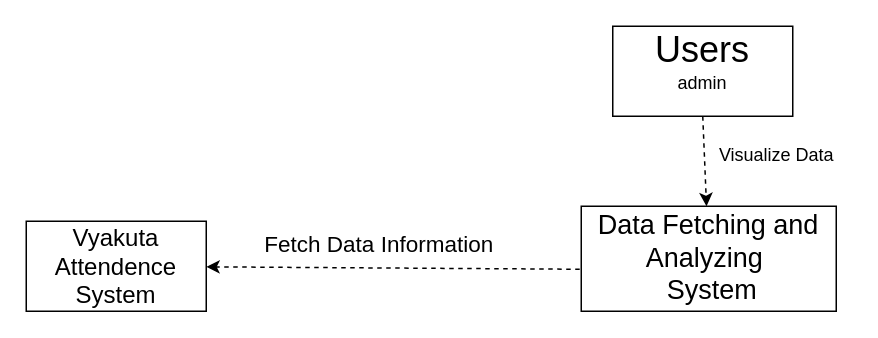
Above: docs/C4 Diagrams/context.drawio in bibek1809/leave-visualize (draw.io), before the change. Source tidied: cells renumbered, new cells numbered last; positions are measured from the earlier drawing's top-left corner, leaving out a move shared by most shapes. Both pictures are drawn from the tidied source at 150%, with x=0, y=0 at pixel (26, 26).
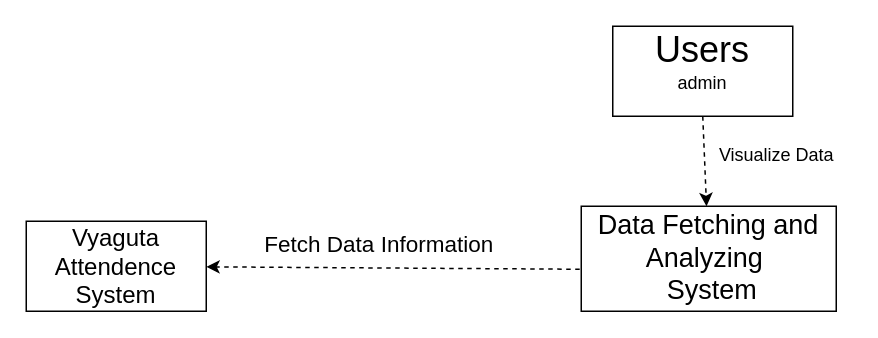
The same diagram, later.

Diff of the diagram source:
```diff
@@
 <mxGraphModel>
   <root>
     <mxCell id="0" />
     <mxCell id="1" parent="0" />
-    <mxCell id="2" value="&lt;font style=&quot;font-size: 16px;&quot;&gt;Vyakuta Attendence System&lt;br&gt;&lt;/font&gt;" style="rounded=0;whiteSpace=wrap;html=1;" parent="1" vertex="1">
+    <mxCell id="2" value="&lt;font style=&quot;font-size: 16px;&quot;&gt;Vyaguta Attendence System&lt;br&gt;&lt;/font&gt;" style="rounded=0;whiteSpace=wrap;html=1;" parent="1" vertex="1">
       <mxGeometry y="130" width="120" height="60" as="geometry" />
     </mxCell>
     <mxCell id="3" value="&lt;div&gt;&lt;font style=&quot;font-size: 18px;&quot;&gt;Data Fetching and Analyzing&amp;nbsp;&lt;/font&gt;&lt;/div&gt;&lt;div&gt;&lt;font style=&quot;font-size: 18px;&quot;&gt;&amp;nbsp;System&lt;/font&gt;&lt;/div&gt;" style="rounded=0;whiteSpace=wrap;html=1;" parent="1" vertex="1">
       <mxGeometry x="370" y="120" width="170" height="70" as="geometry" />
     </mxCell>
     <mxCell id="4" style="endArrow=classic;html=1;rounded=0;dashed=1;exitX=-0.006;exitY=0.6;exitDx=0;exitDy=0;exitPerimeter=0;" parent="1" edge="1" source="3" target="2">
       <mxGeometry relative="1" as="geometry" />
     </mxCell>
     <mxCell id="5" value="&lt;font style=&quot;font-size: 15px;&quot;&gt;Fetch Data Information &lt;br&gt;&lt;/font&gt;" style="text;html=1;align=center;verticalAlign=middle;strokeColor=none;fillColor=none;" parent="1" vertex="1">
       <mxGeometry x="150" y="130" width="170" height="30" as="geometry" />
     </mxCell>
     <mxCell id="6" value="&lt;div&gt;&lt;font style=&quot;font-size: 24px;&quot;&gt;Users&lt;br&gt;&lt;/font&gt;&lt;/div&gt;&lt;div style=&quot;&quot;&gt;&lt;font style=&quot;font-size: 12px;&quot;&gt;admin&lt;/font&gt;&lt;/div&gt;&lt;div style=&quot;&quot;&gt;&lt;font style=&quot;font-size: 12px;&quot;&gt;&lt;br&gt;&lt;/font&gt;&lt;/div&gt;" style="rounded=0;whiteSpace=wrap;html=1;" parent="1" vertex="1">
       <mxGeometry x="391" width="120" height="60" as="geometry" />
     </mxCell>
     <mxCell id="7" style="endArrow=classic;html=1;rounded=0;dashed=1;exitX=0.5;exitY=1;exitDx=0;exitDy=0;" parent="1" edge="1" source="6" target="3">
       <mxGeometry relative="1" as="geometry" />
     </mxCell>
     <mxCell id="8" value="&lt;div&gt;Visualize Data&lt;/div&gt;&lt;div&gt;&lt;br&gt;&lt;/div&gt;" style="text;html=1;align=center;verticalAlign=middle;strokeColor=none;fillColor=none;" parent="1" vertex="1">
       <mxGeometry x="450" y="73" width="100" height="40" as="geometry" />
     </mxCell>
   </root>
 </mxGraphModel>
```
